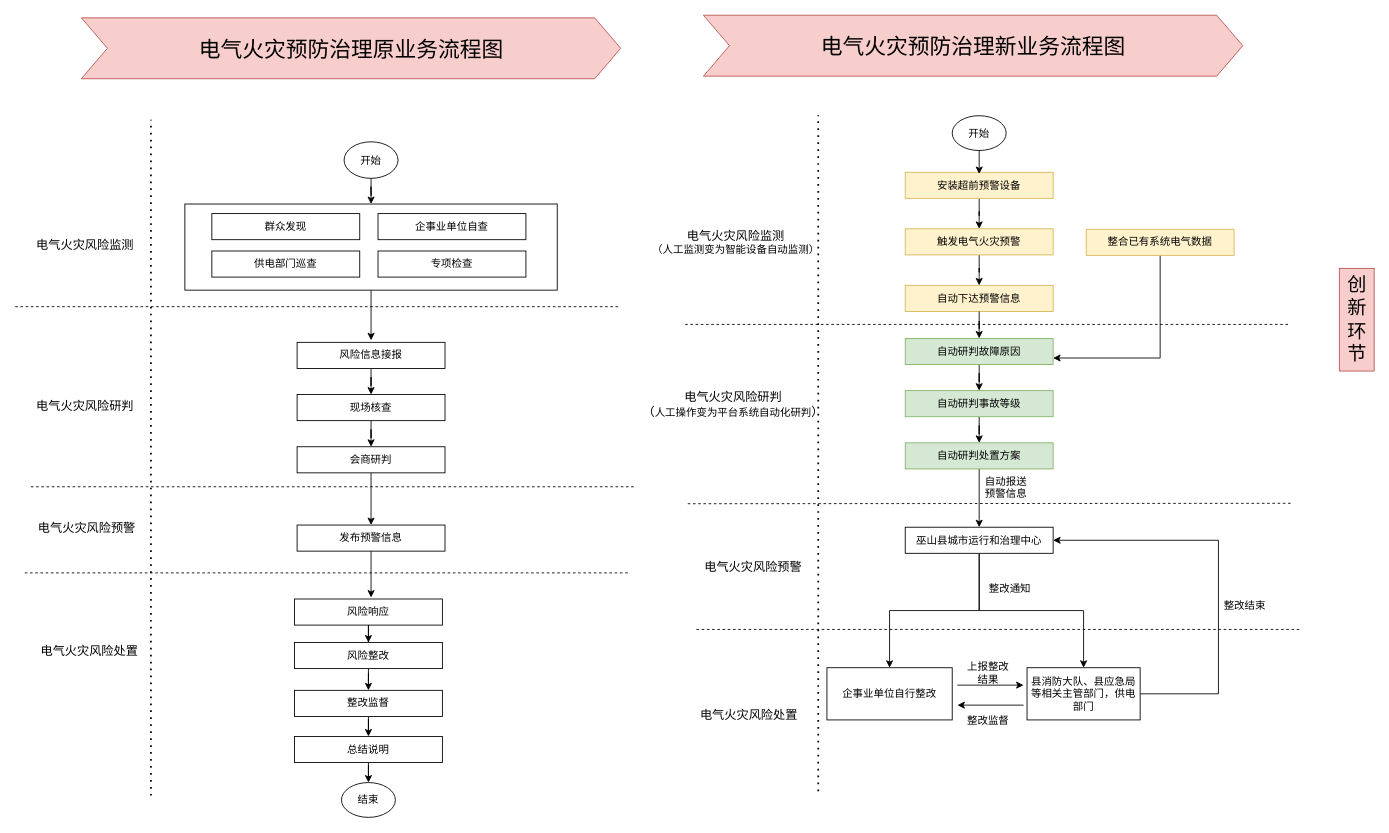
The draw.io diagram 电气火灾.drawio in w1041660542/draw.io, before the edit. Source tidied: cells renumbered, new cells numbered last; positions are measured from the earlier drawing's top-left corner, leaving out a move shared by most shapes. Both pictures are drawn from the tidied source at 87%, with x=0, y=0 at pixel (15, 15).
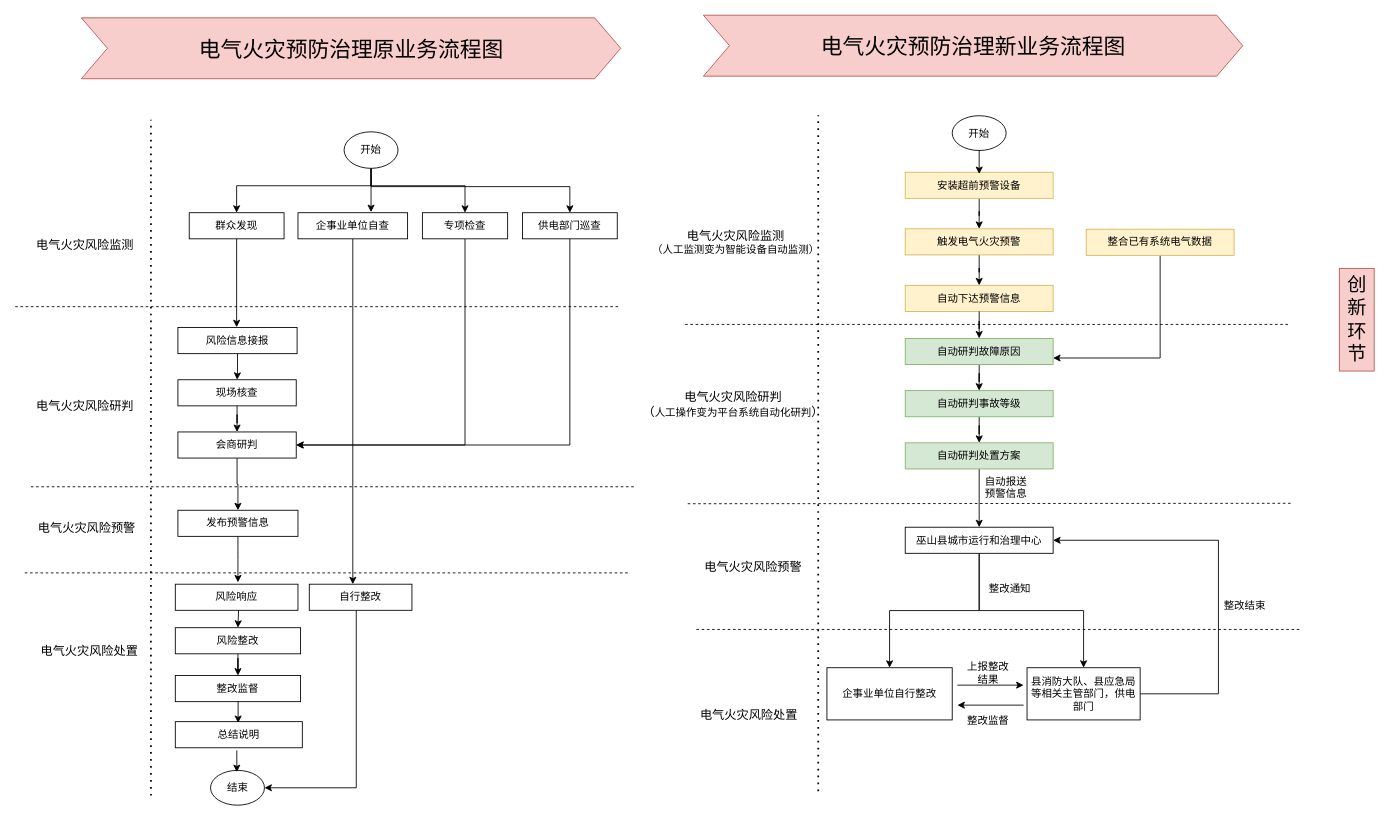
Above is the later version.

Commit message:
更新电气火灾.drawio

The edit, as a diff of the source:
```diff
@@
-    <mxCell id="2" style="edgeStyle=orthogonalEdgeStyle;rounded=0;jettySize=auto;html=1;" parent="1" edge="1" source="3">
-      <mxGeometry relative="1" as="geometry">
-        <mxPoint x="409" y="373.6" as="targetPoint" />
-      </mxGeometry>
-    </mxCell>
-    <mxCell id="3" style="rounded=0;whiteSpace=wrap;html=1;" parent="1" vertex="1">
-      <mxGeometry x="195" y="217" width="428" height="99" as="geometry" />
-    </mxCell>
-    <mxCell id="4" style="edgeStyle=orthogonalEdgeStyle;rounded=0;jettySize=auto;html=1;entryX=0.5;entryY=0;entryDx=0;entryDy=0;" parent="1" edge="1" source="5" target="3">
-      <mxGeometry relative="1" as="geometry" />
-    </mxCell>
+    <mxCell id="78" style="edgeStyle=orthogonalEdgeStyle;rounded=0;jettySize=auto;html=1;entryX=0.5;entryY=0;entryDx=0;entryDy=0;" parent="1" edge="1" source="5" target="69">
+      <mxGeometry relative="1" as="geometry">
+        <Array as="points">
+          <mxPoint x="409" y="196" />
+          <mxPoint x="255" y="196" />
+        </Array>
+      </mxGeometry>
+    </mxCell>
+    <mxCell id="79" style="edgeStyle=orthogonalEdgeStyle;rounded=0;jettySize=auto;html=1;" parent="1" edge="1" source="5">
+      <mxGeometry relative="1" as="geometry">
+        <mxPoint x="409" y="226.3" as="targetPoint" />
+      </mxGeometry>
+    </mxCell>
+    <mxCell id="80" style="edgeStyle=orthogonalEdgeStyle;rounded=0;jettySize=auto;html=1;entryX=0.5;entryY=0;entryDx=0;entryDy=0;" parent="1" edge="1" source="5" target="72">
+      <mxGeometry relative="1" as="geometry">
+        <Array as="points">
+          <mxPoint x="409" y="196" />
+          <mxPoint x="517" y="196" />
+        </Array>
+      </mxGeometry>
+    </mxCell>
+    <mxCell id="81" style="edgeStyle=orthogonalEdgeStyle;rounded=0;jettySize=auto;html=1;entryX=0.5;entryY=0;entryDx=0;entryDy=0;" parent="1" edge="1" source="5" target="71">
+      <mxGeometry relative="1" as="geometry">
+        <Array as="points">
+          <mxPoint x="409" y="197" />
+          <mxPoint x="638" y="197" />
+        </Array>
+      </mxGeometry>
+    </mxCell>
     <mxCell id="5" value="开始" style="ellipse;whiteSpace=wrap;html=1;" parent="1" vertex="1">
-      <mxGeometry x="378" y="145.5" width="62" height="42" as="geometry" />
+      <mxGeometry x="378" y="134" width="62" height="42" as="geometry" />
     </mxCell>
@@
     <mxCell id="7" value="风险信息接报" style="rounded=0;whiteSpace=wrap;html=1;" parent="1" vertex="1">
-      <mxGeometry x="324" y="376" width="170" height="30" as="geometry" />
+      <mxGeometry x="187" y="359" width="137" height="30" as="geometry" />
     </mxCell>
@@
     <mxCell id="9" value="现场核查" style="rounded=0;whiteSpace=wrap;html=1;" parent="1" vertex="1">
-      <mxGeometry x="324" y="436" width="170" height="30" as="geometry" />
+      <mxGeometry x="187" y="419" width="136" height="30" as="geometry" />
     </mxCell>
@@
     <mxCell id="11" value="会商研判" style="rounded=0;whiteSpace=wrap;html=1;" parent="1" vertex="1">
-      <mxGeometry x="324" y="496" width="170" height="30" as="geometry" />
+      <mxGeometry x="187" y="479" width="136" height="30" as="geometry" />
     </mxCell>
@@
-    <mxCell id="14" style="edgeStyle=orthogonalEdgeStyle;rounded=0;jettySize=auto;html=1;" parent="1" edge="1" source="15">
-      <mxGeometry relative="1" as="geometry">
-        <mxPoint x="409" y="669.3" as="targetPoint" />
-      </mxGeometry>
-    </mxCell>
+    <mxCell id="82" style="edgeStyle=orthogonalEdgeStyle;rounded=0;jettySize=auto;html=1;" parent="1" edge="1" source="15">
+      <mxGeometry relative="1" as="geometry">
+        <mxPoint x="256" y="651.9" as="targetPoint" />
+      </mxGeometry>
+    </mxCell>
     <mxCell id="15" value="发布预警信息" style="rounded=0;whiteSpace=wrap;html=1;" parent="1" vertex="1">
-      <mxGeometry x="324" y="586" width="170" height="30" as="geometry" />
+      <mxGeometry x="187" y="569" width="138" height="30" as="geometry" />
     </mxCell>
@@
-    <mxCell id="17" style="edgeStyle=orthogonalEdgeStyle;rounded=0;jettySize=auto;html=1;" parent="1" edge="1" source="18" target="20">
-      <mxGeometry relative="1" as="geometry" />
-    </mxCell>
     <mxCell id="18" value="风险响应" style="rounded=0;whiteSpace=wrap;html=1;" parent="1" vertex="1">
-      <mxGeometry x="321" y="671" width="170" height="30" as="geometry" />
+      <mxGeometry x="184" y="654" width="141" height="30" as="geometry" />
     </mxCell>
@@
     <mxCell id="20" value="风险整改" style="rounded=0;whiteSpace=wrap;html=1;" parent="1" vertex="1">
-      <mxGeometry x="321" y="721" width="170" height="30" as="geometry" />
+      <mxGeometry x="184" y="704" width="144" height="30" as="geometry" />
     </mxCell>
@@
     <mxCell id="23" value="结束" style="ellipse;whiteSpace=wrap;html=1;" parent="1" vertex="1">
-      <mxGeometry x="375" y="882" width="62" height="40" as="geometry" />
+      <mxGeometry x="224.5" y="868" width="62" height="40" as="geometry" />
     </mxCell>
@@
-    <mxCell id="45" style="edgeStyle=orthogonalEdgeStyle;rounded=0;jettySize=auto;html=1;" parent="1" edge="1" source="46" target="48">
-      <mxGeometry relative="1" as="geometry" />
-    </mxCell>
     <mxCell id="46" value="整改监督" style="rounded=0;whiteSpace=wrap;html=1;" parent="1" vertex="1">
-      <mxGeometry x="321" y="776" width="170" height="30" as="geometry" />
+      <mxGeometry x="184" y="759" width="144" height="30" as="geometry" />
     </mxCell>
-    <mxCell id="47" style="edgeStyle=orthogonalEdgeStyle;rounded=0;jettySize=auto;html=1;" parent="1" edge="1" source="48" target="23">
-      <mxGeometry relative="1" as="geometry" />
-    </mxCell>
     <mxCell id="48" value="总结说明" style="rounded=0;whiteSpace=wrap;html=1;" parent="1" vertex="1">
-      <mxGeometry x="321" y="829" width="170" height="30" as="geometry" />
+      <mxGeometry x="184" y="812" width="146" height="30" as="geometry" />
     </mxCell>
@@
+    <mxCell id="83" style="edgeStyle=orthogonalEdgeStyle;rounded=0;jettySize=auto;html=1;" parent="1" edge="1" source="69">
+      <mxGeometry relative="1" as="geometry">
+        <mxPoint x="254.5" y="358.6" as="targetPoint" />
+      </mxGeometry>
+    </mxCell>
     <mxCell id="69" value="群众发现" style="rounded=0;whiteSpace=wrap;html=1;" parent="1" vertex="1">
-      <mxGeometry x="226" y="228" width="170" height="30" as="geometry" />
+      <mxGeometry x="200" y="227" width="109" height="30" as="geometry" />
     </mxCell>
+    <mxCell id="84" style="edgeStyle=orthogonalEdgeStyle;rounded=0;jettySize=auto;html=1;entryX=0.424;entryY=0;entryDx=0;entryDy=0;entryPerimeter=0;" parent="1" edge="1" source="70" target="88">
+      <mxGeometry relative="1" as="geometry" />
+    </mxCell>
     <mxCell id="70" value="企事业单位自查" style="rounded=0;whiteSpace=wrap;html=1;" parent="1" vertex="1">
-      <mxGeometry x="417" y="228" width="170" height="30" as="geometry" />
+      <mxGeometry x="325" y="227" width="126" height="30" as="geometry" />
     </mxCell>
+    <mxCell id="85" style="edgeStyle=orthogonalEdgeStyle;rounded=0;jettySize=auto;html=1;entryX=1;entryY=0.5;entryDx=0;entryDy=0;" parent="1" edge="1" source="71" target="11">
+      <mxGeometry relative="1" as="geometry">
+        <Array as="points">
+          <mxPoint x="638" y="494" />
+        </Array>
+      </mxGeometry>
+    </mxCell>
     <mxCell id="71" value="供电部门巡查" style="rounded=0;whiteSpace=wrap;html=1;" parent="1" vertex="1">
-      <mxGeometry x="226" y="271" width="170" height="30" as="geometry" />
+      <mxGeometry x="583" y="227" width="109" height="30" as="geometry" />
     </mxCell>
+    <mxCell id="86" style="edgeStyle=orthogonalEdgeStyle;rounded=0;jettySize=auto;html=1;entryX=1;entryY=0.5;entryDx=0;entryDy=0;" parent="1" edge="1" source="72" target="11">
+      <mxGeometry relative="1" as="geometry">
+        <Array as="points">
+          <mxPoint x="517" y="494" />
+        </Array>
+      </mxGeometry>
+    </mxCell>
     <mxCell id="72" value="专项检查" style="rounded=0;whiteSpace=wrap;html=1;" parent="1" vertex="1">
-      <mxGeometry x="417" y="271" width="170" height="30" as="geometry" />
+      <mxGeometry x="468" y="227" width="98" height="30" as="geometry" />
     </mxCell>
@@
+    <mxCell id="87" style="edgeStyle=orthogonalEdgeStyle;rounded=0;jettySize=auto;html=1;entryX=1;entryY=0.5;entryDx=0;entryDy=0;" parent="1" edge="1" source="88" target="23">
+      <mxGeometry relative="1" as="geometry">
+        <Array as="points">
+          <mxPoint x="392" y="888" />
+        </Array>
+      </mxGeometry>
+    </mxCell>
+    <mxCell id="88" value="自行整改" style="rounded=0;whiteSpace=wrap;html=1;" parent="1" vertex="1">
+      <mxGeometry x="338" y="654" width="118" height="30" as="geometry" />
+    </mxCell>
+    <mxCell id="89" style="edgeStyle=orthogonalEdgeStyle;rounded=0;orthogonalLoop=1;jettySize=auto;html=1;" parent="1" edge="1">
+      <mxGeometry relative="1" as="geometry">
+        <mxPoint x="256.2" y="788.5" as="sourcePoint" />
+        <mxPoint x="256.2" y="813.5" as="targetPoint" />
+      </mxGeometry>
+    </mxCell>
+    <mxCell id="90" style="edgeStyle=orthogonalEdgeStyle;rounded=0;orthogonalLoop=1;jettySize=auto;html=1;" parent="1" edge="1">
+      <mxGeometry relative="1" as="geometry">
+        <mxPoint x="254.7" y="845" as="sourcePoint" />
+        <mxPoint x="254.7" y="870" as="targetPoint" />
+      </mxGeometry>
+    </mxCell>
+    <mxCell id="91" style="edgeStyle=orthogonalEdgeStyle;rounded=0;jettySize=auto;html=1;entryX=0.5;entryY=0;entryDx=0;entryDy=0;" parent="1" edge="1" target="20">
+      <mxGeometry relative="1" as="geometry">
+        <mxPoint x="256.7" y="684" as="sourcePoint" />
+      </mxGeometry>
+    </mxCell>
```
